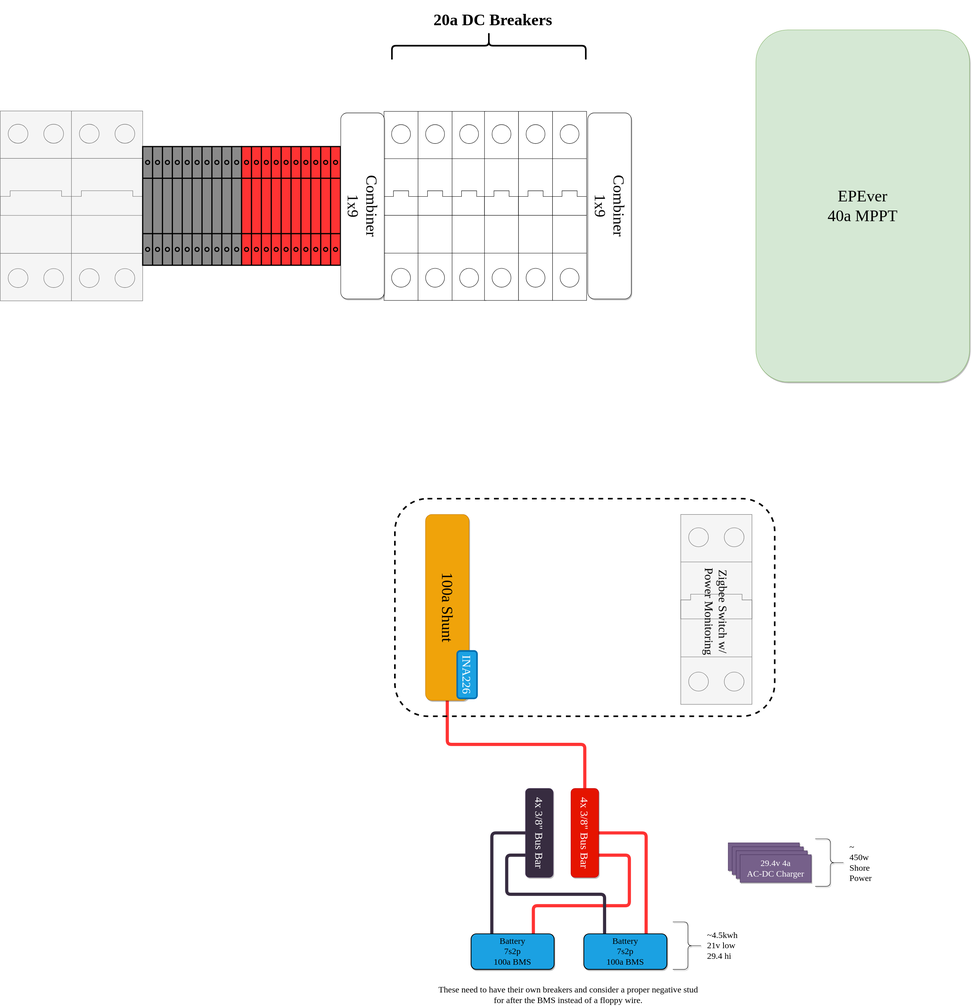
Earlier version of the draw.io export gary-bussy-electrical.drawio.svg (clomads/gary-bussy). Source tidied: cells renumbered, new cells last; positions are measured from the earlier drawing's top-left corner, leaving out a move shared by most shapes.
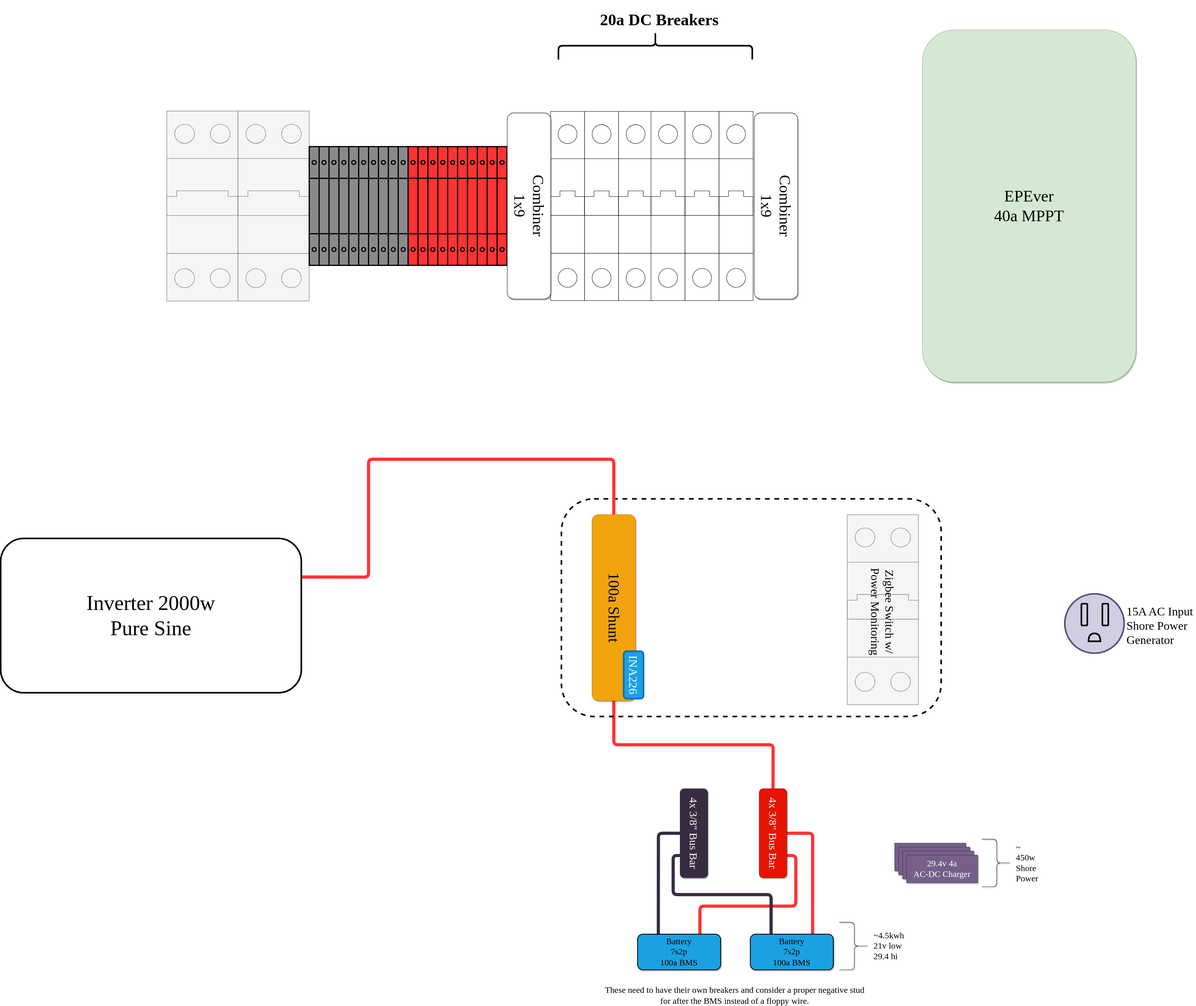
Later version of the same file.

Commit message:
inverter and shore

Change to the diagram source:
```diff
@@ -43,10 +43,10 @@
       <mxGeometry relative="1" as="geometry" />
     </mxCell>
     <mxCell id="10" value="4x 3/8&quot; Bus Bar" style="rounded=1;whiteSpace=wrap;html=1;shadow=1;sketch=0;fontFamily=League Spartan;fontSource=https%3A%2F%2Ffonts.googleapis.com%2Fcss%3Ffamily%3DLeague%2BSpartan;fontSize=28;direction=south;fillColor=#e51400;strokeColor=#B20000;fontColor=#ffffff;rotation=90;" parent="1" vertex="1">
-      <mxGeometry x="1365" y="2070" width="225" height="70" as="geometry" />
+      <mxGeometry x="1420" y="2070" width="225" height="70" as="geometry" />
     </mxCell>
     <mxCell id="11" value="4x 3/8&quot; Bus Bar" style="rounded=1;whiteSpace=wrap;html=1;shadow=1;sketch=0;fontFamily=League Spartan;fontSource=https%3A%2F%2Ffonts.googleapis.com%2Fcss%3Ffamily%3DLeague%2BSpartan;fontSize=28;direction=south;fillColor=#372C40;strokeColor=#432D57;fontColor=#ffffff;rotation=90;" parent="1" vertex="1">
-      <mxGeometry x="1250" y="2070" width="225" height="70" as="geometry" />
+      <mxGeometry x="1220" y="2070" width="225" height="70" as="geometry" />
     </mxCell>
     <mxCell id="12" value="These need to have their own breakers and consider a proper negative stud for after the BMS instead of a floppy wire.&lt;br&gt;" style="text;html=1;strokeColor=none;fillColor=none;align=center;verticalAlign=middle;whiteSpace=wrap;rounded=0;shadow=1;sketch=0;fontFamily=League Spartan;fontSource=https%3A%2F%2Ffonts.googleapis.com%2Fcss%3Ffamily%3DLeague%2BSpartan;fontSize=22;" parent="1" vertex="1">
       <mxGeometry x="1096" y="2500" width="680" height="30" as="geometry" />
@@ -123,6 +123,15 @@
     <mxCell id="36" style="rounded=1;whiteSpace=wrap;html=1;sketch=0;strokeColor=default;strokeWidth=4;fontFamily=League Spartan;fontSource=https%3A%2F%2Ffonts.googleapis.com%2Fcss%3Ffamily%3DLeague%2BSpartan;fontSize=41;fillColor=none;dashed=1;perimeterSpacing=0;" parent="1" vertex="1">
       <mxGeometry x="997.5" y="1260" width="960" height="550" as="geometry" />
     </mxCell>
+    <mxCell id="41" style="edgeStyle=orthogonalEdgeStyle;rounded=1;jettySize=auto;html=1;exitX=0;exitY=0.5;exitDx=0;exitDy=0;entryX=1;entryY=0.25;entryDx=0;entryDy=0;strokeColor=#FF3333;strokeWidth=8;fontFamily=League Spartan;fontSource=https%3A%2F%2Ffonts.googleapis.com%2Fcss%3Ffamily%3DLeague%2BSpartan;fontSize=53;endArrow=none;endFill=0;" parent="1" edge="1" source="37" target="49">
+      <mxGeometry relative="1" as="geometry">
+        <Array as="points">
+          <mxPoint x="1130" y="1160" />
+          <mxPoint x="510" y="1160" />
+          <mxPoint x="510" y="1457" />
+        </Array>
+      </mxGeometry>
+    </mxCell>
     <mxCell id="37" value="100a Shunt" style="rounded=1;whiteSpace=wrap;html=1;shadow=1;sketch=0;fontFamily=League Spartan;fontSource=https%3A%2F%2Ffonts.googleapis.com%2Fcss%3Ffamily%3DLeague%2BSpartan;fontSize=39;rotation=90;fillColor=#f0a30a;fontColor=#000000;strokeColor=#BD7000;" parent="1" vertex="1">
       <mxGeometry x="894.8" y="1480" width="470.2" height="110" as="geometry" />
     </mxCell>
@@ -135,5 +144,29 @@
     <mxCell id="40" value="Zigbee Switch w/&lt;br&gt;Power Monitoring" style="text;html=1;align=center;verticalAlign=middle;strokeColor=none;fillColor=none;fontSize=30;fontFamily=League Spartan;shadow=0;rotation=90;" parent="1" vertex="1">
       <mxGeometry x="1690" y="1500" width="240" height="90" as="geometry" />
     </mxCell>
+    <mxCell id="42" style="group;" parent="1" vertex="1">
+      <mxGeometry x="2270" y="1500" width="330" height="150" as="geometry" />
+    </mxCell>
+    <mxCell id="43" style="group;" parent="42" vertex="1">
+      <mxGeometry width="150" height="150" as="geometry" />
+    </mxCell>
+    <mxCell id="44" style="ellipse;whiteSpace=wrap;html=1;shadow=0;sketch=0;strokeWidth=4;fontFamily=League Spartan;fontSource=https%3A%2F%2Ffonts.googleapis.com%2Fcss%3Ffamily%3DLeague%2BSpartan;fontSize=30;fillColor=#d0cee2;strokeColor=#56517e;" parent="43" vertex="1">
+      <mxGeometry width="150" height="150" as="geometry" />
+    </mxCell>
+    <mxCell id="45" style="rounded=1;whiteSpace=wrap;html=1;shadow=0;sketch=0;strokeColor=default;strokeWidth=4;fontFamily=League Spartan;fontSource=https%3A%2F%2Ffonts.googleapis.com%2Fcss%3Ffamily%3DLeague%2BSpartan;fontSize=30;fillColor=none;" parent="43" vertex="1">
+      <mxGeometry x="42" y="25" width="15" height="55" as="geometry" />
+    </mxCell>
+    <mxCell id="46" style="rounded=1;whiteSpace=wrap;html=1;shadow=0;sketch=0;strokeColor=default;strokeWidth=4;fontFamily=League Spartan;fontSource=https%3A%2F%2Ffonts.googleapis.com%2Fcss%3Ffamily%3DLeague%2BSpartan;fontSize=30;fillColor=none;" parent="43" vertex="1">
+      <mxGeometry x="95" y="25" width="15" height="55" as="geometry" />
+    </mxCell>
+    <mxCell id="47" style="shape=or;whiteSpace=wrap;html=1;shadow=0;sketch=0;strokeColor=default;strokeWidth=4;fontFamily=League Spartan;fontSource=https%3A%2F%2Ffonts.googleapis.com%2Fcss%3Ffamily%3DLeague%2BSpartan;fontSize=30;fillColor=none;direction=north;" parent="43" vertex="1">
+      <mxGeometry x="60" y="100" width="30" height="20" as="geometry" />
+    </mxCell>
+    <mxCell id="48" value="&lt;div style=&quot;text-align: left;&quot;&gt;&lt;span style=&quot;background-color: initial;&quot;&gt;15A AC Input&lt;/span&gt;&lt;/div&gt;&lt;div style=&quot;text-align: left;&quot;&gt;&lt;span style=&quot;background-color: initial;&quot;&gt;Shore Power&lt;/span&gt;&lt;/div&gt;&lt;div style=&quot;text-align: left;&quot;&gt;&lt;span style=&quot;background-color: initial;&quot;&gt;Generator&lt;/span&gt;&lt;/div&gt;" style="text;html=1;align=center;verticalAlign=middle;strokeColor=none;fillColor=none;fontSize=30;fontFamily=League Spartan;" parent="42" vertex="1">
+      <mxGeometry x="150" y="20" width="180" height="120" as="geometry" />
+    </mxCell>
+    <mxCell id="49" value="Inverter 2000w&lt;br style=&quot;font-size: 53px;&quot;&gt;Pure Sine" style="rounded=1;whiteSpace=wrap;html=1;shadow=0;sketch=0;strokeColor=default;strokeWidth=4;fontFamily=League Spartan;fontSource=https%3A%2F%2Ffonts.googleapis.com%2Fcss%3Ffamily%3DLeague%2BSpartan;fontSize=53;fillColor=none;" parent="1" vertex="1">
+      <mxGeometry x="-420" y="1360" width="760" height="390" as="geometry" />
+    </mxCell>
   </root>
 </mxGraphModel>
```
